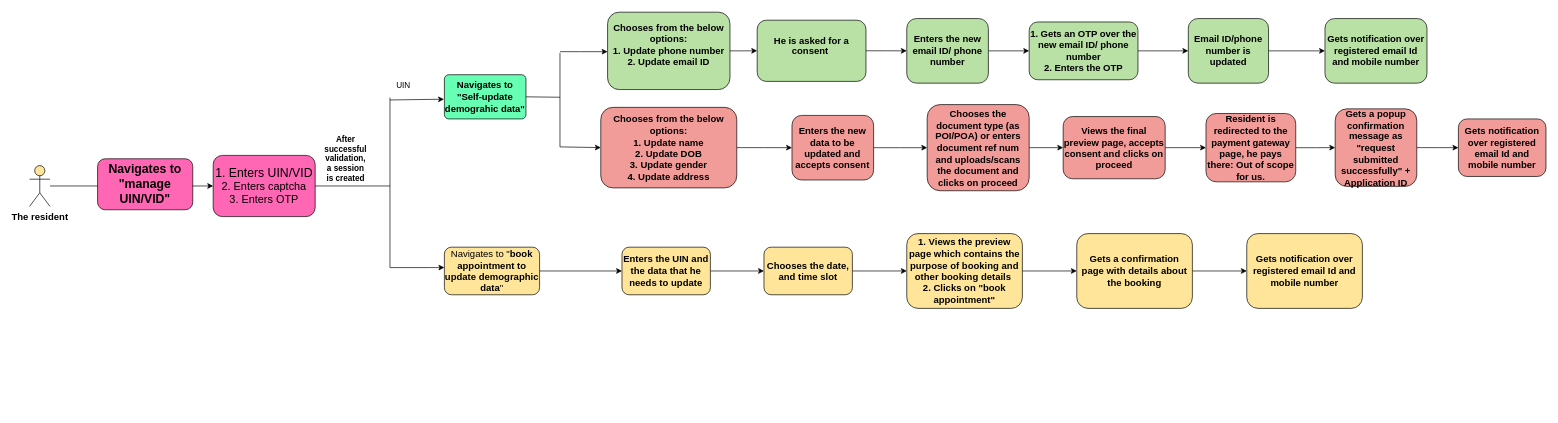
The draw.io diagram resident-services-flow-chart/manage-UIN-VID-partII.drawio in singhpragya279/Resident_services, before the edit. Source tidied: cells renumbered, new cells numbered last; positions are measured from the earlier drawing's top-left corner, leaving out a move shared by most shapes. Both pictures are drawn from the tidied source at 68%, with x=0, y=0 at pixel (29, 12).
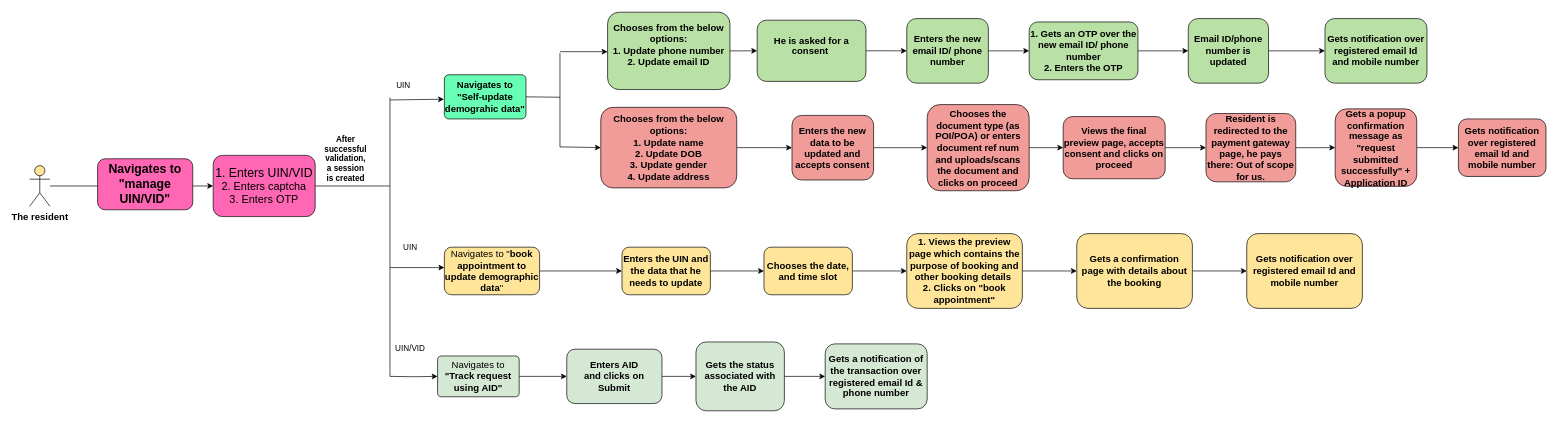
The same diagram, later.

The edit, as a diff of the source:
```diff
@@
     <mxCell id="50" style="endArrow=none;html=1;" parent="1" edge="1">
       <mxGeometry relative="1" as="geometry">
         <mxPoint x="530" y="126" as="sourcePoint" />
-        <mxPoint x="530" y="376" as="targetPoint" />
+        <mxPoint x="530" y="536" as="targetPoint" />
       </mxGeometry>
     </mxCell>
@@
+    <mxCell id="52" style="edgeStyle=orthogonalEdgeStyle;rounded=0;jettySize=auto;html=1;" parent="1" edge="1" target="54">
+      <mxGeometry relative="1" as="geometry">
+        <mxPoint x="530" y="536" as="sourcePoint" />
+      </mxGeometry>
+    </mxCell>
+    <mxCell id="53" style="edgeStyle=orthogonalEdgeStyle;rounded=0;jettySize=auto;html=1;" parent="1" edge="1" source="54">
+      <mxGeometry relative="1" as="geometry">
+        <mxPoint x="790" y="536" as="targetPoint" />
+      </mxGeometry>
+    </mxCell>
+    <mxCell id="54" value="&lt;div&gt;&lt;font style=&quot;font-size: 14px&quot;&gt;Navigates to&lt;b&gt; &quot;Track request using AID&quot;&lt;/b&gt;&lt;/font&gt;&lt;br&gt;&lt;/div&gt;" style="rounded=1;whiteSpace=wrap;html=1;fillColor=#D5E8D4;arcSize=10;" parent="1" vertex="1">
+      <mxGeometry x="600" y="506" width="120" height="60" as="geometry" />
+    </mxCell>
+    <mxCell id="55" style="edgeStyle=orthogonalEdgeStyle;rounded=0;jettySize=auto;html=1;entryX=0;entryY=0.5;entryDx=0;entryDy=0;" parent="1" edge="1" source="56" target="58">
+      <mxGeometry relative="1" as="geometry" />
+    </mxCell>
+    <mxCell id="56" value="&lt;font style=&quot;font-size: 14px&quot;&gt;&lt;b&gt;Enters AID&lt;br&gt;and clicks on Submit&lt;/b&gt;&lt;/font&gt;" style="rounded=1;whiteSpace=wrap;html=1;fillColor=#D5E8D4;" parent="1" vertex="1">
+      <mxGeometry x="790" y="496" width="140" height="80" as="geometry" />
+    </mxCell>
+    <mxCell id="57" style="edgeStyle=orthogonalEdgeStyle;rounded=0;jettySize=auto;html=1;" parent="1" edge="1" source="58" target="59">
+      <mxGeometry relative="1" as="geometry" />
+    </mxCell>
+    <mxCell id="58" value="&lt;font style=&quot;font-size: 14px&quot;&gt;&lt;b&gt;Gets the status associated with the AID&lt;/b&gt;&lt;/font&gt;" style="rounded=1;whiteSpace=wrap;html=1;fillColor=#D5E8D4;" parent="1" vertex="1">
+      <mxGeometry x="980" y="485.4" width="130" height="101.2" as="geometry" />
+    </mxCell>
+    <mxCell id="59" value="&lt;font style=&quot;font-size: 14px&quot;&gt;&lt;b&gt;Gets a notification of the transaction over registered email Id &amp;amp; phone number&lt;/b&gt;&lt;/font&gt;" style="rounded=1;whiteSpace=wrap;html=1;fillColor=#D5E8D4;shadow=0;" parent="1" vertex="1">
+      <mxGeometry x="1170" y="488.2" width="150" height="95.6" as="geometry" />
+    </mxCell>
+    <mxCell id="60" value="UIN" style="text;html=1;strokeColor=none;fillColor=none;align=center;verticalAlign=middle;whiteSpace=wrap;rounded=0;" parent="1" vertex="1">
+      <mxGeometry x="540" y="336" width="40" height="20" as="geometry" />
+    </mxCell>
+    <mxCell id="61" value="UIN/VID" style="text;html=1;strokeColor=none;fillColor=none;align=center;verticalAlign=middle;whiteSpace=wrap;rounded=0;" parent="1" vertex="1">
+      <mxGeometry x="540" y="485.4" width="40" height="20" as="geometry" />
+    </mxCell>
```
